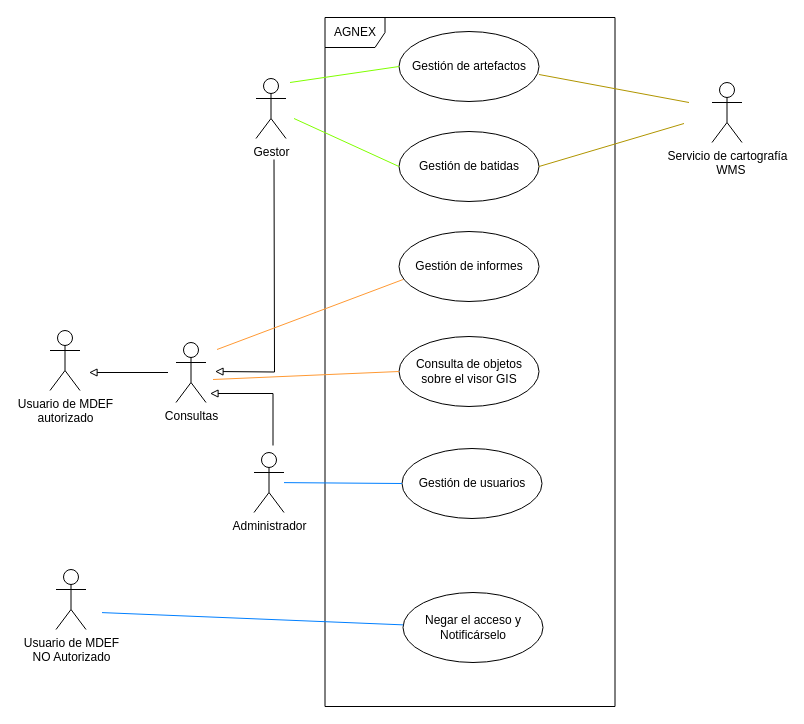
The draw.io diagram ERS/ModeloDeNegocio.drawio in pquella/buscaminas, before the edit. Source tidied: cells renumbered, new cells numbered last; positions are measured from the earlier drawing's top-left corner, leaving out a move shared by most shapes. Both pictures are drawn from the tidied source at 100%, with x=0, y=0 at pixel (49, 17).
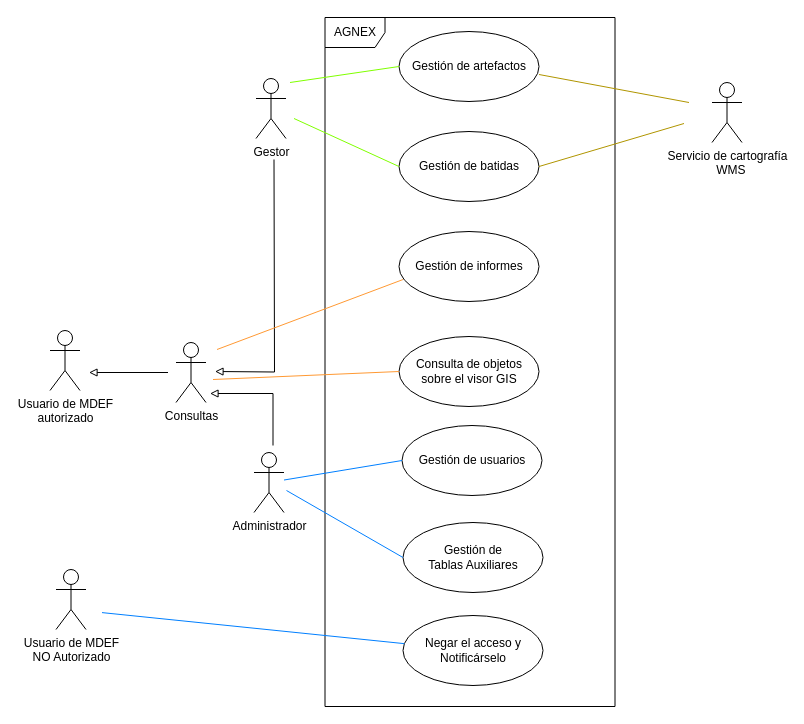
After the change.

The change refers to these unchanged cells:
```xml
<mxCell id="2" style="group;" parent="1" vertex="1">
  <mxGeometry x="0.5" width="692" height="689" as="geometry" />
</mxCell>
```

What changed in the source:
```diff
@@
     <mxCell id="9" value="Gestión de usuarios" style="ellipse;whiteSpace=wrap;html=1;shadow=0;" parent="2" vertex="1">
-      <mxGeometry x="352" y="431" width="140" height="70" as="geometry" />
+      <mxGeometry x="352" y="408" width="140" height="70" as="geometry" />
     </mxCell>
@@
     <mxCell id="25" value="&lt;div&gt;Negar el acceso y&lt;/div&gt;&lt;div&gt;Notificárselo&lt;br&gt;&lt;/div&gt;" style="ellipse;whiteSpace=wrap;html=1;shadow=0;" parent="2" vertex="1">
-      <mxGeometry x="353" y="575" width="140" height="70" as="geometry" />
+      <mxGeometry x="353" y="598" width="140" height="70" as="geometry" />
     </mxCell>
+    <mxCell id="27" value="&lt;div&gt;Gestión de&lt;/div&gt;&lt;div&gt;Tablas Auxiliares&lt;br&gt;&lt;/div&gt;" style="ellipse;whiteSpace=wrap;html=1;shadow=0;" parent="2" vertex="1">
+      <mxGeometry x="353" y="505" width="140" height="70" as="geometry" />
+    </mxCell>
@@
+    <mxCell id="28" style="rounded=0;jettySize=auto;html=1;endArrow=none;endFill=0;strokeColor=#007FFF;entryX=0;entryY=0.5;entryDx=0;entryDy=0;" parent="2" edge="1" target="27">
+      <mxGeometry relative="1" as="geometry">
+        <mxPoint x="236.5" y="473" as="sourcePoint" />
+      </mxGeometry>
+    </mxCell>
```
